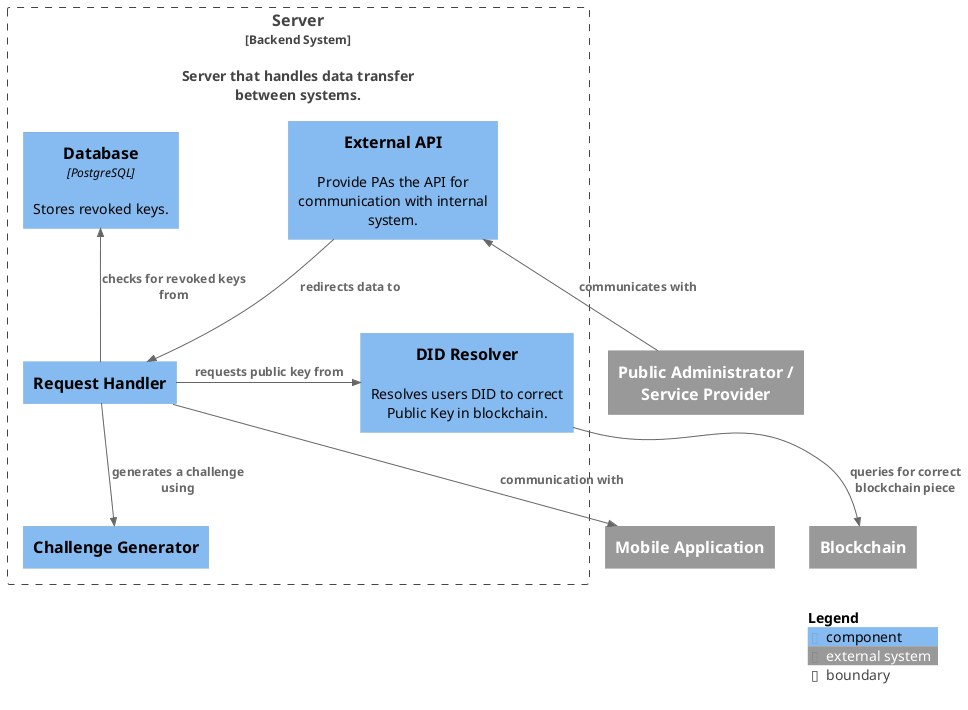
Earlier version of the PlantUML export images/BackendComponent.png (Dorfultariant/Architecture_Diagrams).
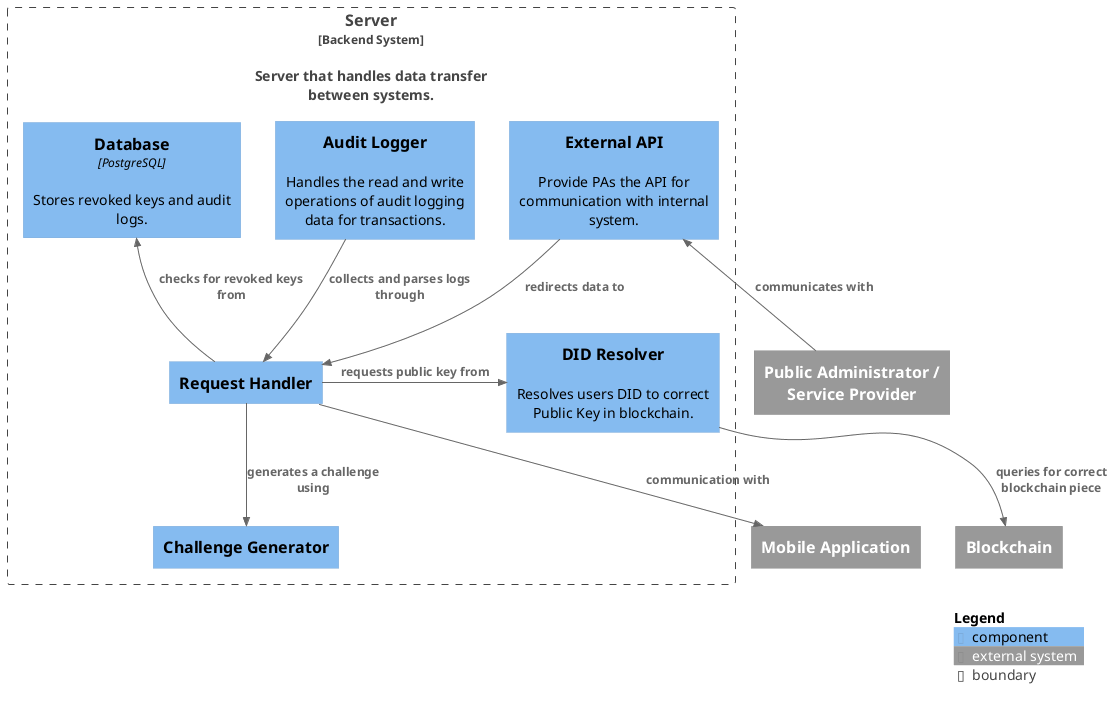
Later version of the same file.

Commit message:
Updated container and component backend

What changed in the source:
```diff
@@ -10,9 +10,11 @@
     Component(challenger, "Challenge Generator")
     Component(ext_api, "External API", "", "Provide PAs the API for communication with internal system.")
     Component(resolver, "DID Resolver", "", "Resolves users DID to correct Public Key in blockchain.")
-    Component(DB, "Database", "PostgreSQL", "Stores revoked keys.")
+    Component(DB, "Database", "PostgreSQL", "Stores revoked keys and audit logs.")
+    Component(at, "Audit Logger", "", "Handles the read and write operations of audit logging data for transactions.")
 
     Rel(RH, challenger, "generates a challenge using")
+    Rel(at, RH, "collects and parses logs through")
     Rel(ext_api, RH, "redirects data to")
     Rel_U(pa,ext_api, "communicates with")
     Rel(RH, ma, "communication with")
```
